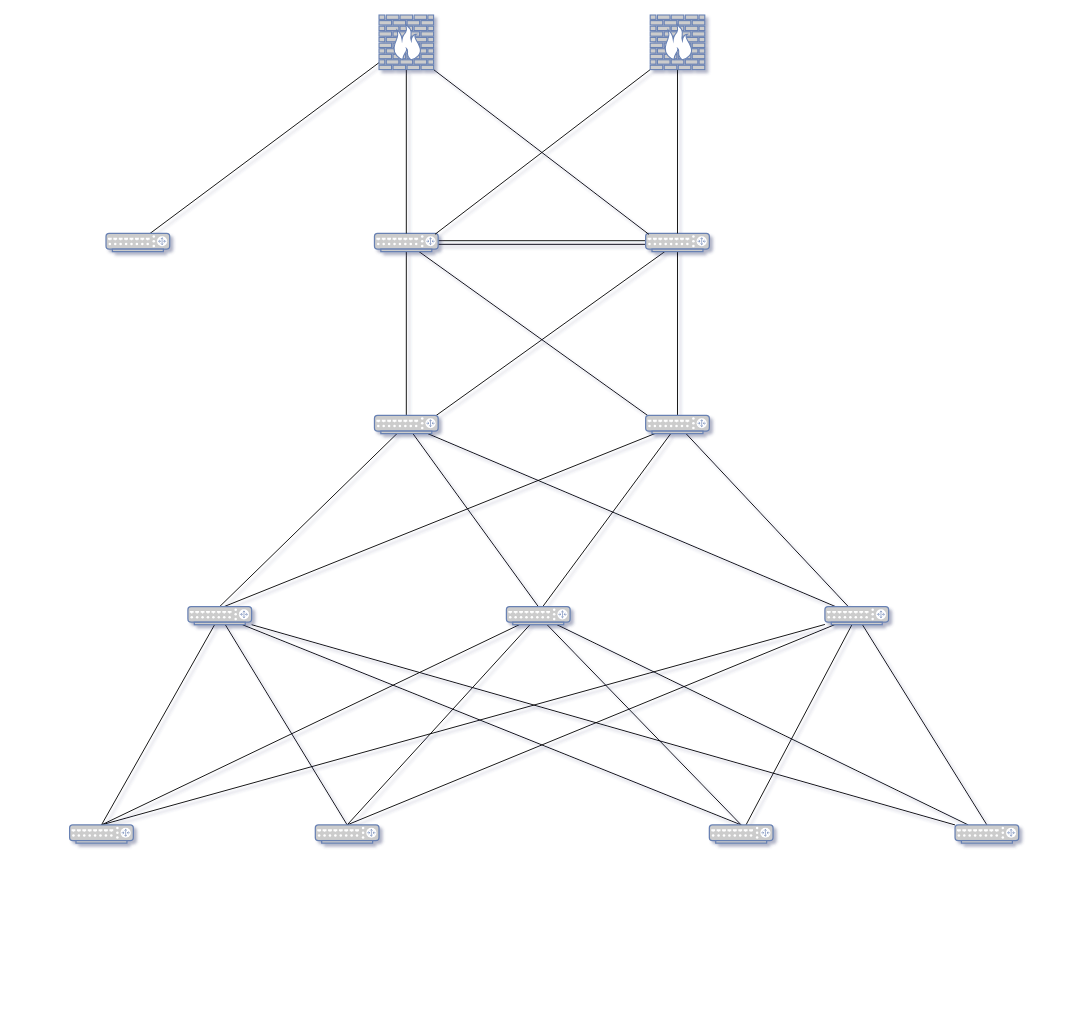
The draw.io diagram Diagramme sans nom.drawio in a0six/projetb3, before the edit. Source tidied: cells renumbered, new cells numbered last; positions are measured from the earlier drawing's top-left corner, leaving out a move shared by most shapes. Both pictures are drawn from the tidied source at 91%, with x=0, y=0 at pixel (69, 15).
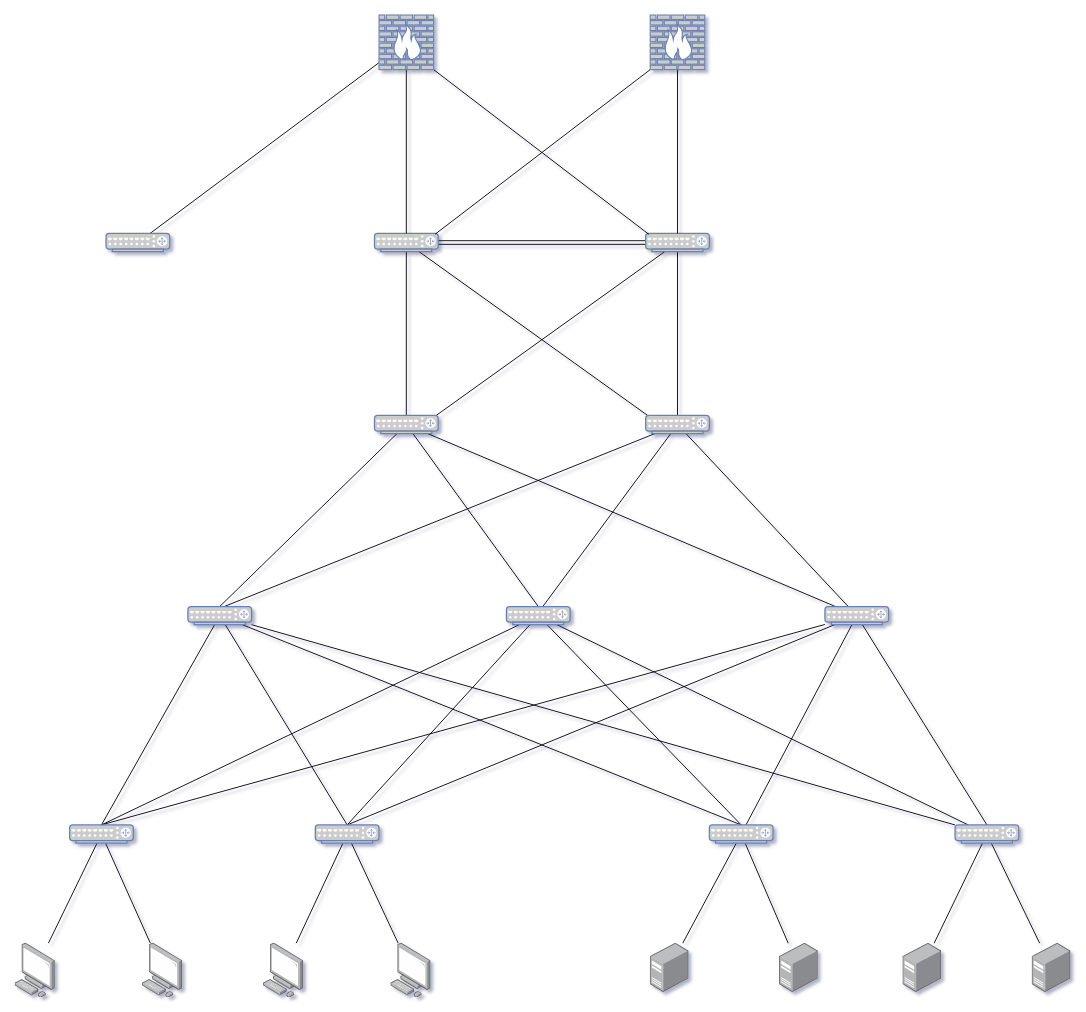
The same page after the edit.

Unchanged cells that the change refers to:
```xml
<mxCell id="40" style="fontColor=#0066CC;verticalAlign=top;verticalLabelPosition=bottom;labelPosition=center;align=center;html=1;outlineConnect=0;fillColor=#CCCCCC;strokeColor=#6881B3;gradientColor=none;gradientDirection=north;strokeWidth=2;shape=mxgraph.networks.router;" parent="1" vertex="1">
  <mxGeometry y="890" width="70" height="20" as="geometry" />
</mxCell>
<mxCell id="41" style="fontColor=#0066CC;verticalAlign=top;verticalLabelPosition=bottom;labelPosition=center;align=center;html=1;outlineConnect=0;fillColor=#CCCCCC;strokeColor=#6881B3;gradientColor=none;gradientDirection=north;strokeWidth=2;shape=mxgraph.networks.router;" parent="1" vertex="1">
  <mxGeometry x="270" y="890" width="70" height="20" as="geometry" />
</mxCell>
<mxCell id="42" style="fontColor=#0066CC;verticalAlign=top;verticalLabelPosition=bottom;labelPosition=center;align=center;html=1;outlineConnect=0;fillColor=#CCCCCC;strokeColor=#6881B3;gradientColor=none;gradientDirection=north;strokeWidth=2;shape=mxgraph.networks.router;" parent="1" vertex="1">
  <mxGeometry x="703" y="890" width="70" height="20" as="geometry" />
</mxCell>
<mxCell id="43" style="fontColor=#0066CC;verticalAlign=top;verticalLabelPosition=bottom;labelPosition=center;align=center;html=1;outlineConnect=0;fillColor=#CCCCCC;strokeColor=#6881B3;gradientColor=none;gradientDirection=north;strokeWidth=2;shape=mxgraph.networks.router;" parent="1" vertex="1">
  <mxGeometry x="973" y="890" width="70" height="20" as="geometry" />
</mxCell>
```

The edit, as a diff of the source:
```diff
@@
+    <mxCell id="44" style="rounded=0;jettySize=auto;html=1;endArrow=none;endFill=0;" parent="1" edge="1" source="40" target="52">
+      <mxGeometry relative="1" as="geometry" />
+    </mxCell>
+    <mxCell id="45" style="rounded=0;jettySize=auto;html=1;endArrow=none;endFill=0;" parent="1" edge="1" source="40" target="53">
+      <mxGeometry relative="1" as="geometry" />
+    </mxCell>
@@
+    <mxCell id="46" style="rounded=0;jettySize=auto;html=1;endArrow=none;endFill=0;" parent="1" edge="1" source="41" target="54">
+      <mxGeometry relative="1" as="geometry" />
+    </mxCell>
+    <mxCell id="47" style="rounded=0;jettySize=auto;html=1;endArrow=none;endFill=0;" parent="1" edge="1" source="41" target="55">
+      <mxGeometry relative="1" as="geometry" />
+    </mxCell>
@@
+    <mxCell id="48" style="rounded=0;jettySize=auto;html=1;endArrow=none;endFill=0;" parent="1" edge="1" source="42" target="56">
+      <mxGeometry relative="1" as="geometry" />
+    </mxCell>
+    <mxCell id="49" style="rounded=0;jettySize=auto;html=1;endArrow=none;endFill=0;" parent="1" edge="1" source="42" target="57">
+      <mxGeometry relative="1" as="geometry" />
+    </mxCell>
@@
+    <mxCell id="50" style="rounded=0;jettySize=auto;html=1;endArrow=none;endFill=0;" parent="1" edge="1" source="43" target="58">
+      <mxGeometry relative="1" as="geometry" />
+    </mxCell>
+    <mxCell id="51" style="rounded=0;jettySize=auto;html=1;endArrow=none;endFill=0;" parent="1" edge="1" source="43" target="59">
+      <mxGeometry relative="1" as="geometry" />
+    </mxCell>
@@
+    <mxCell id="52" style="image;points=[];html=1;align=center;shadow=0;dashed=0;image=img/lib/allied_telesis/computer_and_terminals/Personal_Computer.svg;" parent="1" vertex="1">
+      <mxGeometry x="-60" y="1020" width="44.3" height="60" as="geometry" />
+    </mxCell>
+    <mxCell id="53" style="image;points=[];html=1;align=center;shadow=0;dashed=0;image=img/lib/allied_telesis/computer_and_terminals/Personal_Computer.svg;" parent="1" vertex="1">
+      <mxGeometry x="80" y="1020" width="44.3" height="60" as="geometry" />
+    </mxCell>
+    <mxCell id="54" style="image;points=[];html=1;align=center;shadow=0;dashed=0;image=img/lib/allied_telesis/computer_and_terminals/Personal_Computer.svg;" parent="1" vertex="1">
+      <mxGeometry x="212.9" y="1020" width="44.3" height="60" as="geometry" />
+    </mxCell>
+    <mxCell id="55" style="image;points=[];html=1;align=center;shadow=0;dashed=0;image=img/lib/allied_telesis/computer_and_terminals/Personal_Computer.svg;" parent="1" vertex="1">
+      <mxGeometry x="352.9" y="1020" width="44.3" height="60" as="geometry" />
+    </mxCell>
+    <mxCell id="56" style="image;points=[];html=1;align=center;shadow=0;dashed=0;image=img/lib/allied_telesis/computer_and_terminals/Server_Desktop.svg;" parent="1" vertex="1">
+      <mxGeometry x="638" y="1020" width="42.6" height="54" as="geometry" />
+    </mxCell>
+    <mxCell id="57" style="image;points=[];html=1;align=center;shadow=0;dashed=0;image=img/lib/allied_telesis/computer_and_terminals/Server_Desktop.svg;" parent="1" vertex="1">
+      <mxGeometry x="780" y="1020" width="42.6" height="54" as="geometry" />
+    </mxCell>
+    <mxCell id="58" style="image;points=[];html=1;align=center;shadow=0;dashed=0;image=img/lib/allied_telesis/computer_and_terminals/Server_Desktop.svg;" parent="1" vertex="1">
+      <mxGeometry x="915.7" y="1020" width="42.6" height="54" as="geometry" />
+    </mxCell>
+    <mxCell id="59" style="image;points=[];html=1;align=center;shadow=0;dashed=0;image=img/lib/allied_telesis/computer_and_terminals/Server_Desktop.svg;" parent="1" vertex="1">
+      <mxGeometry x="1057.7" y="1020" width="42.6" height="54" as="geometry" />
+    </mxCell>
```
